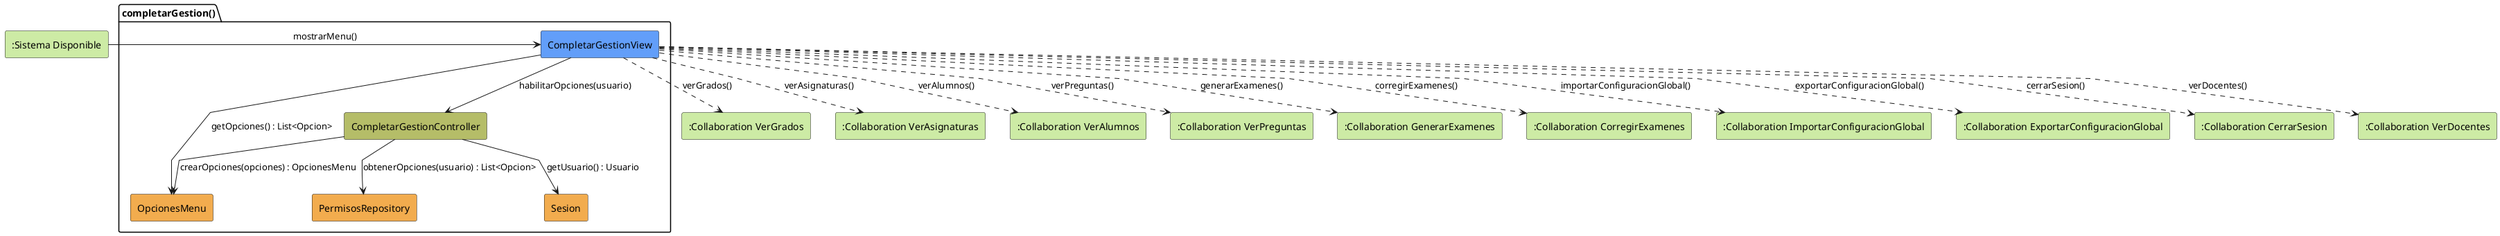
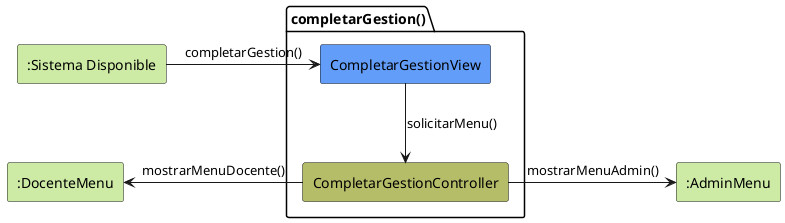
@startuml completarGestion-analisis
skinparam linetype polyline

rectangle #CDEBA5 ":Sistema Disponible" as SistemaDisponible
package completarGestion as "completarGestion()" {
    rectangle #629EF9 CompletarGestionView
    rectangle #b5bd68 CompletarGestionController
-     rectangle #F2AC4E PermisosRepository
-     rectangle #F2AC4E OpcionesMenu
-     rectangle #F2AC4E Sesion
}

- rectangle #CDEBA5 ":Collaboration VerGrados" as VerGrados
- rectangle #CDEBA5 ":Collaboration VerAsignaturas" as VerAsignaturas
- rectangle #CDEBA5 ":Collaboration VerAlumnos" as VerAlumnos
- rectangle #CDEBA5 ":Collaboration VerPreguntas" as VerPreguntas
- rectangle #CDEBA5 ":Collaboration GenerarExamenes" as GenerarExamenes
- rectangle #CDEBA5 ":Collaboration CorregirExamenes" as CorregirExamenes
- rectangle #CDEBA5 ":Collaboration ImportarConfiguracionGlobal" as ImportarConfiguracionGlobal
- rectangle #CDEBA5 ":Collaboration ExportarConfiguracionGlobal" as ExportarConfiguracionGlobal
- rectangle #CDEBA5 ":Collaboration CerrarSesion" as CerrarSesion
- rectangle #CDEBA5 ":Collaboration VerDocentes" as VerDocentes
+ rectangle #CDEBA5 ":AdminMenu" as AdminMenu
+ rectangle #CDEBA5 ":DocenteMenu" as DocenteMenu

- SistemaDisponible -r-> CompletarGestionView: mostrarMenu()
+ SistemaDisponible -r-> CompletarGestionView: completarGestion()

- CompletarGestionView -d-> CompletarGestionController: habilitarOpciones(usuario)
+ CompletarGestionView -d-> CompletarGestionController: solicitarMenu()

- CompletarGestionController --> Sesion: getUsuario() : Usuario
- CompletarGestionController --> PermisosRepository: obtenerOpciones(usuario) : List<Opcion>
- CompletarGestionController --> OpcionesMenu: crearOpciones(opciones) : OpcionesMenu
- 
- CompletarGestionView --> OpcionesMenu: getOpciones() : List<Opcion>
- 
- CompletarGestionView ..> VerGrados: verGrados()
- CompletarGestionView ..> VerAsignaturas: verAsignaturas()
- CompletarGestionView ..> VerAlumnos: verAlumnos()
- CompletarGestionView ..> VerPreguntas: verPreguntas()
- CompletarGestionView ..> GenerarExamenes: generarExamenes()
- CompletarGestionView ..> CorregirExamenes: corregirExamenes()
- CompletarGestionView ..> ImportarConfiguracionGlobal: importarConfiguracionGlobal()
- CompletarGestionView ..> ExportarConfiguracionGlobal: exportarConfiguracionGlobal()
- CompletarGestionView ..> CerrarSesion: cerrarSesion()
- CompletarGestionView ..> VerDocentes: verDocentes()
+ CompletarGestionController -r-> AdminMenu: mostrarMenuAdmin()
+ CompletarGestionController -l-> DocenteMenu: mostrarMenuDocente()

@enduml